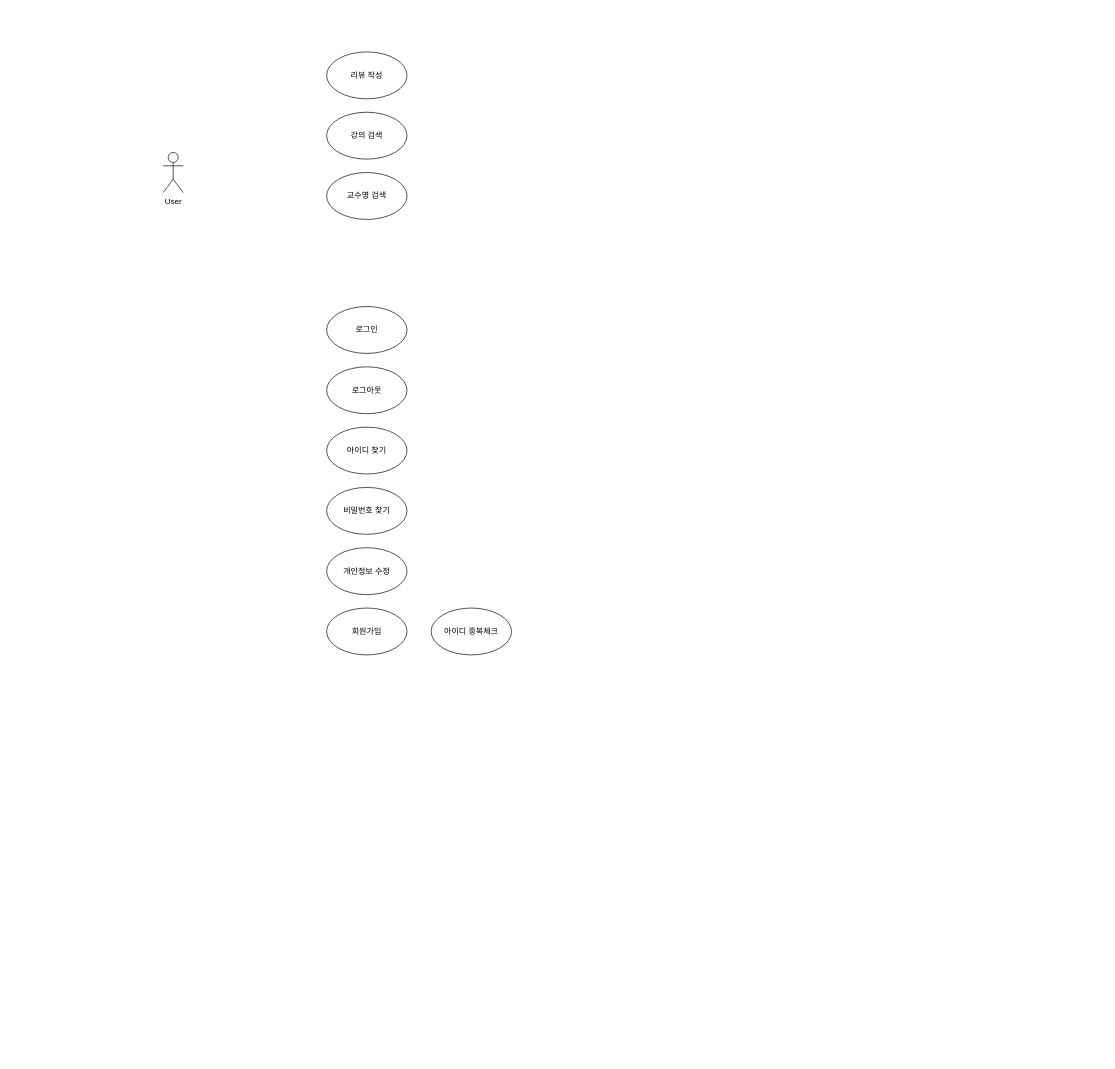
Before: Plan/Gasip_UI_Diagram.drawio in HyemIin/Gasip-Project, a draw.io diagram. Source tidied: cells renumbered, new cells numbered last; positions are measured from the earlier drawing's top-left corner, leaving out a move shared by most shapes. Both pictures are drawn from the tidied source at 67%, with x=0, y=0 at pixel (163, 52).
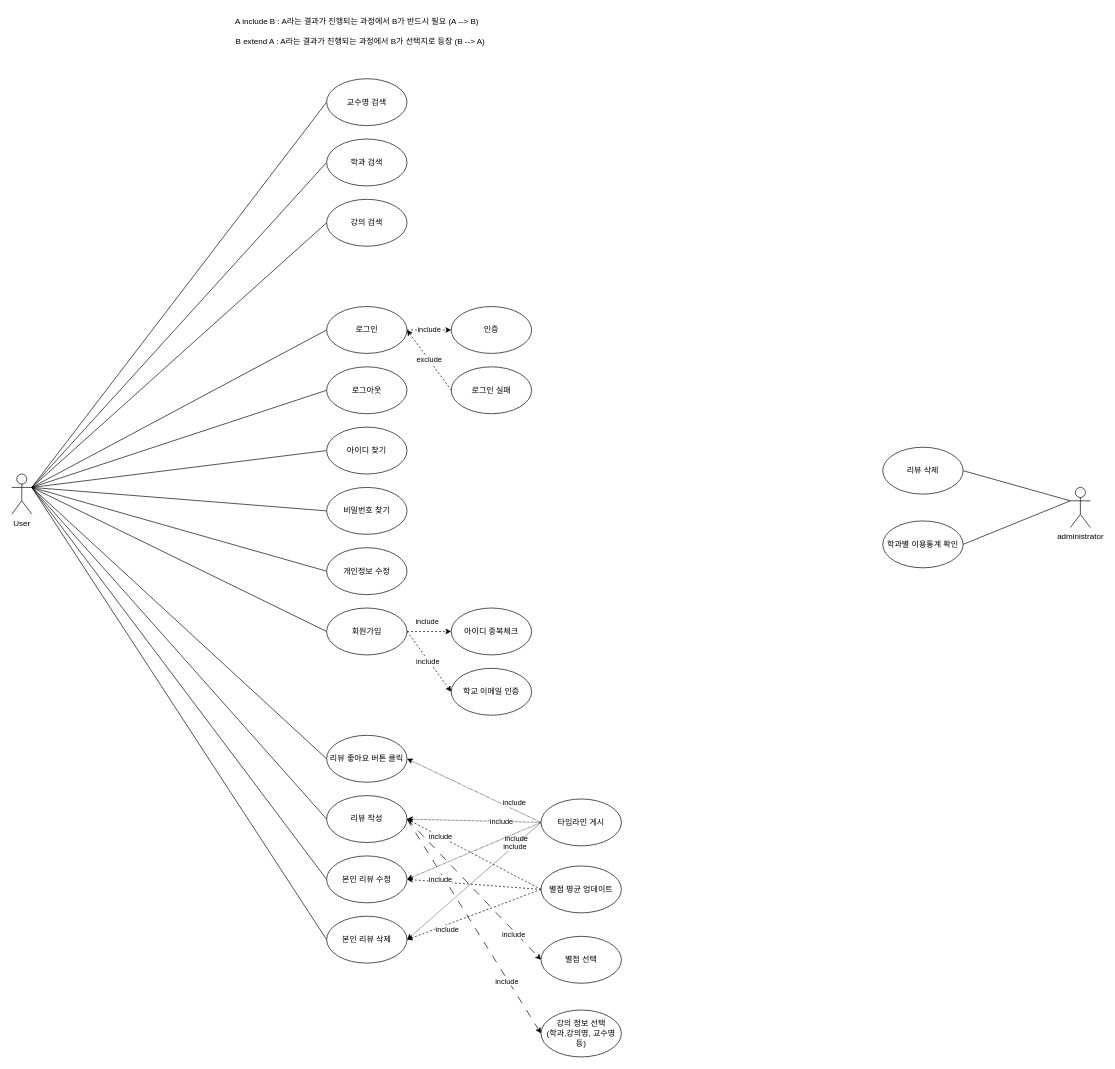
After the change.

The change refers to these unchanged cells:
```xml
<mxCell id="4" value="로그인" style="ellipse;whiteSpace=wrap;html=1;" parent="1" vertex="1">
  <mxGeometry x="244" y="380" width="120" height="70" as="geometry" />
</mxCell>
<mxCell id="5" value="로그아웃" style="ellipse;whiteSpace=wrap;html=1;" parent="1" vertex="1">
  <mxGeometry x="244" y="470" width="120" height="70" as="geometry" />
</mxCell>
<mxCell id="6" value="아이디 찾기" style="ellipse;whiteSpace=wrap;html=1;" parent="1" vertex="1">
  <mxGeometry x="244" y="560" width="120" height="70" as="geometry" />
</mxCell>
<mxCell id="7" value="비밀번호 찾기" style="ellipse;whiteSpace=wrap;html=1;" parent="1" vertex="1">
  <mxGeometry x="244" y="650" width="120" height="70" as="geometry" />
</mxCell>
<mxCell id="8" value="개인정보 수정" style="ellipse;whiteSpace=wrap;html=1;" parent="1" vertex="1">
  <mxGeometry x="244" y="740" width="120" height="70" as="geometry" />
</mxCell>
<mxCell id="9" value="회원가입" style="ellipse;whiteSpace=wrap;html=1;" parent="1" vertex="1">
  <mxGeometry x="244" y="830" width="120" height="70" as="geometry" />
</mxCell>
```

The edit, as a diff of the source:
```diff
@@
+    <mxCell id="13" style="rounded=0;jettySize=auto;html=1;exitX=1;exitY=0.3333333333333333;exitDx=0;exitDy=0;exitPerimeter=0;entryX=0;entryY=0.5;entryDx=0;entryDy=0;endArrow=none;endFill=0;" parent="1" edge="1" source="2" target="12">
+      <mxGeometry relative="1" as="geometry" />
+    </mxCell>
+    <mxCell id="14" style="rounded=0;jettySize=auto;html=1;exitX=1;exitY=0.3333333333333333;exitDx=0;exitDy=0;exitPerimeter=0;entryX=0;entryY=0.5;entryDx=0;entryDy=0;endArrow=none;endFill=0;" parent="1" edge="1" source="2" target="3">
+      <mxGeometry relative="1" as="geometry" />
+    </mxCell>
+    <mxCell id="15" style="rounded=0;jettySize=auto;html=1;exitX=1;exitY=0.3333333333333333;exitDx=0;exitDy=0;exitPerimeter=0;entryX=0;entryY=0.5;entryDx=0;entryDy=0;endArrow=none;endFill=0;" parent="1" edge="1" source="2" target="11">
+      <mxGeometry relative="1" as="geometry" />
+    </mxCell>
+    <mxCell id="16" style="rounded=0;jettySize=auto;html=1;exitX=1;exitY=0.3333333333333333;exitDx=0;exitDy=0;exitPerimeter=0;entryX=0;entryY=0.5;entryDx=0;entryDy=0;endArrow=none;endFill=0;" parent="1" edge="1" source="2" target="4">
+      <mxGeometry relative="1" as="geometry" />
+    </mxCell>
+    <mxCell id="17" style="rounded=0;jettySize=auto;html=1;exitX=1;exitY=0.3333333333333333;exitDx=0;exitDy=0;exitPerimeter=0;entryX=0;entryY=0.5;entryDx=0;entryDy=0;endArrow=none;endFill=0;" parent="1" edge="1" source="2" target="5">
+      <mxGeometry relative="1" as="geometry" />
+    </mxCell>
+    <mxCell id="18" style="rounded=0;jettySize=auto;html=1;exitX=1;exitY=0.3333333333333333;exitDx=0;exitDy=0;exitPerimeter=0;entryX=0;entryY=0.5;entryDx=0;entryDy=0;endArrow=none;endFill=0;" parent="1" edge="1" source="2" target="6">
+      <mxGeometry relative="1" as="geometry" />
+    </mxCell>
+    <mxCell id="19" style="rounded=0;jettySize=auto;html=1;exitX=1;exitY=0.3333333333333333;exitDx=0;exitDy=0;exitPerimeter=0;entryX=0;entryY=0.5;entryDx=0;entryDy=0;endArrow=none;endFill=0;" parent="1" edge="1" source="2" target="7">
+      <mxGeometry relative="1" as="geometry" />
+    </mxCell>
+    <mxCell id="20" style="rounded=0;jettySize=auto;html=1;exitX=1;exitY=0.3333333333333333;exitDx=0;exitDy=0;exitPerimeter=0;entryX=0;entryY=0.5;entryDx=0;entryDy=0;endArrow=none;endFill=0;" parent="1" edge="1" source="2" target="8">
+      <mxGeometry relative="1" as="geometry" />
+    </mxCell>
+    <mxCell id="21" style="rounded=0;jettySize=auto;html=1;exitX=1;exitY=0.3333333333333333;exitDx=0;exitDy=0;exitPerimeter=0;entryX=0;entryY=0.5;entryDx=0;entryDy=0;endArrow=none;endFill=0;" parent="1" edge="1" source="2" target="9">
+      <mxGeometry relative="1" as="geometry" />
+    </mxCell>
+    <mxCell id="22" style="rounded=0;jettySize=auto;html=1;exitX=1;exitY=0.3333333333333333;exitDx=0;exitDy=0;exitPerimeter=0;entryX=0;entryY=0.5;entryDx=0;entryDy=0;endArrow=none;endFill=0;" parent="1" edge="1" source="2" target="56">
+      <mxGeometry relative="1" as="geometry" />
+    </mxCell>
+    <mxCell id="23" style="rounded=0;jettySize=auto;html=1;exitX=1;exitY=0.3333333333333333;exitDx=0;exitDy=0;exitPerimeter=0;entryX=0;entryY=0.5;entryDx=0;entryDy=0;endArrow=none;endFill=0;" parent="1" edge="1" source="2" target="40">
+      <mxGeometry relative="1" as="geometry" />
+    </mxCell>
+    <mxCell id="24" style="rounded=0;jettySize=auto;html=1;exitX=1;exitY=0.3333333333333333;exitDx=0;exitDy=0;exitPerimeter=0;entryX=0;entryY=0.5;entryDx=0;entryDy=0;endArrow=none;endFill=0;" parent="1" edge="1" source="2" target="49">
+      <mxGeometry relative="1" as="geometry" />
+    </mxCell>
+    <mxCell id="25" style="rounded=0;jettySize=auto;html=1;exitX=1;exitY=0.3333333333333333;exitDx=0;exitDy=0;exitPerimeter=0;entryX=0;entryY=0.5;entryDx=0;entryDy=0;endArrow=none;endFill=0;" parent="1" edge="1" source="2" target="53">
+      <mxGeometry relative="1" as="geometry" />
+    </mxCell>
     <mxCell id="2" value="User" style="shape=umlActor;verticalLabelPosition=bottom;verticalAlign=top;html=1;outlineConnect=0;" parent="1" vertex="1">
-      <mxGeometry y="150" width="30" height="60" as="geometry" />
+      <mxGeometry x="-226" y="630" width="30" height="60" as="geometry" />
     </mxCell>
-    <mxCell id="3" value="리뷰 작성" style="ellipse;whiteSpace=wrap;html=1;" parent="1" vertex="1">
-      <mxGeometry x="244" width="120" height="70" as="geometry" />
+    <mxCell id="3" value="학과 검색" style="ellipse;whiteSpace=wrap;html=1;" parent="1" vertex="1">
+      <mxGeometry x="244" y="130" width="120" height="70" as="geometry" />
     </mxCell>
+    <mxCell id="26" value="include" style="edgeStyle=orthogonalEdgeStyle;rounded=0;jettySize=auto;html=1;exitX=1;exitY=0.5;exitDx=0;exitDy=0;entryX=0;entryY=0.5;entryDx=0;entryDy=0;dashed=1;" parent="1" edge="1" source="4" target="43">
+      <mxGeometry relative="1" as="geometry" />
+    </mxCell>
+    <mxCell id="27" value="exclude" style="rounded=0;jettySize=auto;html=1;entryX=1;entryY=0.5;entryDx=0;entryDy=0;dashed=1;exitX=0;exitY=0.5;exitDx=0;exitDy=0;" parent="1" edge="1" source="44" target="4">
+      <mxGeometry relative="1" as="geometry" />
+    </mxCell>
@@
+    <mxCell id="28" style="edgeStyle=orthogonalEdgeStyle;rounded=0;jettySize=auto;html=1;exitX=1;exitY=0.5;exitDx=0;exitDy=0;dashed=1;" parent="1" edge="1" source="9">
+      <mxGeometry relative="1" as="geometry">
+        <mxPoint x="430" y="865" as="targetPoint" />
+      </mxGeometry>
+    </mxCell>
+    <mxCell id="29" value="include" style="edgeLabel;html=1;align=center;verticalAlign=middle;" parent="28" vertex="1">
+      <mxGeometry x="0.11" y="-1" relative="1" as="geometry">
+        <mxPoint x="-7" y="-16" as="offset" />
+      </mxGeometry>
+    </mxCell>
+    <mxCell id="30" style="rounded=0;jettySize=auto;html=1;exitX=1;exitY=0.5;exitDx=0;exitDy=0;entryX=0;entryY=0.5;entryDx=0;entryDy=0;dashed=1;" parent="1" edge="1" source="9" target="61">
+      <mxGeometry relative="1" as="geometry" />
+    </mxCell>
+    <mxCell id="31" value="include" style="edgeLabel;html=1;align=center;verticalAlign=middle;" parent="30" vertex="1">
+      <mxGeometry x="-0.04" y="-2" relative="1" as="geometry" />
+    </mxCell>
@@
     <mxCell id="10" value="아이디 중복체크" style="ellipse;whiteSpace=wrap;html=1;" parent="1" vertex="1">
-      <mxGeometry x="400" y="830" width="120" height="70" as="geometry" />
+      <mxGeometry x="430" y="830" width="120" height="70" as="geometry" />
     </mxCell>
     <mxCell id="11" value="강의 검색" style="ellipse;whiteSpace=wrap;html=1;" parent="1" vertex="1">
-      <mxGeometry x="244" y="90" width="120" height="70" as="geometry" />
+      <mxGeometry x="244" y="220" width="120" height="70" as="geometry" />
     </mxCell>
     <mxCell id="12" value="교수명 검색" style="ellipse;whiteSpace=wrap;html=1;" parent="1" vertex="1">
-      <mxGeometry x="244" y="180" width="120" height="70" as="geometry" />
+      <mxGeometry x="244" y="40" width="120" height="70" as="geometry" />
     </mxCell>
+    <mxCell id="32" style="rounded=0;jettySize=auto;html=1;exitX=0;exitY=0.5;exitDx=0;exitDy=0;dashed=1;entryX=1;entryY=0.5;entryDx=0;entryDy=0;" parent="1" edge="1" source="42" target="40">
+      <mxGeometry relative="1" as="geometry" />
+    </mxCell>
+    <mxCell id="33" value="include" style="edgeLabel;html=1;align=center;verticalAlign=middle;" parent="32" vertex="1">
+      <mxGeometry x="0.59" relative="1" as="geometry">
+        <mxPoint x="9" y="4" as="offset" />
+      </mxGeometry>
+    </mxCell>
+    <mxCell id="34" style="rounded=0;jettySize=auto;html=1;dashed=1;dashPattern=1 1;entryX=1;entryY=0.5;entryDx=0;entryDy=0;exitX=0;exitY=0.5;exitDx=0;exitDy=0;" parent="1" edge="1" source="41" target="40">
+      <mxGeometry relative="1" as="geometry" />
+    </mxCell>
+    <mxCell id="35" value="include" style="edgeLabel;html=1;align=center;verticalAlign=middle;" parent="34" vertex="1">
+      <mxGeometry x="0.13" y="1" relative="1" as="geometry">
+        <mxPoint x="53" as="offset" />
+      </mxGeometry>
+    </mxCell>
+    <mxCell id="36" style="rounded=0;jettySize=auto;html=1;exitX=1;exitY=0.5;exitDx=0;exitDy=0;entryX=0;entryY=0.5;entryDx=0;entryDy=0;dashed=1;dashPattern=12 12;" parent="1" edge="1" source="40" target="59">
+      <mxGeometry relative="1" as="geometry" />
+    </mxCell>
+    <mxCell id="37" value="include" style="edgeLabel;html=1;align=center;verticalAlign=middle;" parent="36" vertex="1">
+      <mxGeometry x="0.61" y="-3" relative="1" as="geometry">
+        <mxPoint y="1" as="offset" />
+      </mxGeometry>
+    </mxCell>
+    <mxCell id="38" style="rounded=0;jettySize=auto;html=1;exitX=1;exitY=0.5;exitDx=0;exitDy=0;entryX=0;entryY=0.5;entryDx=0;entryDy=0;dashed=1;dashPattern=12 12;" parent="1" edge="1" source="40" target="60">
+      <mxGeometry relative="1" as="geometry" />
+    </mxCell>
+    <mxCell id="39" value="include" style="edgeLabel;html=1;align=center;verticalAlign=middle;" parent="38" vertex="1">
+      <mxGeometry x="0.5" y="-2" relative="1" as="geometry" />
+    </mxCell>
+    <mxCell id="40" value="리뷰 작성" style="ellipse;whiteSpace=wrap;html=1;" parent="1" vertex="1">
+      <mxGeometry x="244" y="1110" width="120" height="70" as="geometry" />
+    </mxCell>
+    <mxCell id="41" value="타임라인 게시" style="ellipse;whiteSpace=wrap;html=1;" parent="1" vertex="1">
+      <mxGeometry x="564" y="1115" width="120" height="70" as="geometry" />
+    </mxCell>
+    <mxCell id="42" value="별점 평균 업데이트" style="ellipse;whiteSpace=wrap;html=1;" parent="1" vertex="1">
+      <mxGeometry x="564" y="1215" width="120" height="70" as="geometry" />
+    </mxCell>
+    <mxCell id="43" value="인증" style="ellipse;whiteSpace=wrap;html=1;" parent="1" vertex="1">
+      <mxGeometry x="430" y="380" width="120" height="70" as="geometry" />
+    </mxCell>
+    <mxCell id="44" value="로그인 실패" style="ellipse;whiteSpace=wrap;html=1;" parent="1" vertex="1">
+      <mxGeometry x="430" y="470" width="120" height="70" as="geometry" />
+    </mxCell>
+    <mxCell id="45" style="rounded=0;jettySize=auto;html=1;dashed=1;entryX=1;entryY=0.5;entryDx=0;entryDy=0;exitX=0;exitY=0.5;exitDx=0;exitDy=0;" parent="1" edge="1" source="42" target="49">
+      <mxGeometry relative="1" as="geometry" />
+    </mxCell>
+    <mxCell id="46" value="include" style="edgeLabel;html=1;align=center;verticalAlign=middle;" parent="45" vertex="1">
+      <mxGeometry x="-0.11" y="1" relative="1" as="geometry">
+        <mxPoint x="51" y="-71" as="offset" />
+      </mxGeometry>
+    </mxCell>
+    <mxCell id="47" style="rounded=0;jettySize=auto;html=1;dashed=1;dashPattern=1 1;entryX=1;entryY=0.5;entryDx=0;entryDy=0;exitX=0;exitY=0.5;exitDx=0;exitDy=0;" parent="1" edge="1" source="41" target="49">
+      <mxGeometry relative="1" as="geometry" />
+    </mxCell>
+    <mxCell id="48" value="include" style="edgeLabel;html=1;align=center;verticalAlign=middle;" parent="47" vertex="1">
+      <mxGeometry x="0.52" y="-3" relative="1" as="geometry">
+        <mxPoint x="3" y="23" as="offset" />
+      </mxGeometry>
+    </mxCell>
+    <mxCell id="49" value="본인 리뷰 수정" style="ellipse;whiteSpace=wrap;html=1;" parent="1" vertex="1">
+      <mxGeometry x="244" y="1200" width="120" height="70" as="geometry" />
+    </mxCell>
+    <mxCell id="50" value="include" style="rounded=0;jettySize=auto;html=1;entryX=1;entryY=0.5;entryDx=0;entryDy=0;dashed=1;exitX=0;exitY=0.5;exitDx=0;exitDy=0;" parent="1" edge="1" source="42" target="53">
+      <mxGeometry x="0.42" y="7" relative="1" as="geometry" />
+    </mxCell>
+    <mxCell id="51" style="rounded=0;jettySize=auto;html=1;exitX=0;exitY=0.5;exitDx=0;exitDy=0;dashed=1;dashPattern=1 1;entryX=1;entryY=0.5;entryDx=0;entryDy=0;" parent="1" edge="1" source="41" target="53">
+      <mxGeometry relative="1" as="geometry" />
+    </mxCell>
+    <mxCell id="52" value="include" style="edgeLabel;html=1;align=center;verticalAlign=middle;" parent="51" vertex="1">
+      <mxGeometry x="0.6" y="-4" relative="1" as="geometry">
+        <mxPoint x="123" y="-102" as="offset" />
+      </mxGeometry>
+    </mxCell>
+    <mxCell id="53" value="본인 리뷰 삭제" style="ellipse;whiteSpace=wrap;html=1;" parent="1" vertex="1">
+      <mxGeometry x="244" y="1290" width="120" height="70" as="geometry" />
+    </mxCell>
+    <mxCell id="54" style="rounded=0;jettySize=auto;html=1;dashed=1;dashPattern=1 1;entryX=1;entryY=0.5;entryDx=0;entryDy=0;exitX=0;exitY=0.5;exitDx=0;exitDy=0;" parent="1" edge="1" source="41" target="56">
+      <mxGeometry relative="1" as="geometry" />
+    </mxCell>
+    <mxCell id="55" value="include" style="edgeLabel;html=1;align=center;verticalAlign=middle;" parent="54" vertex="1">
+      <mxGeometry x="0.21" y="2" relative="1" as="geometry">
+        <mxPoint x="81" y="26" as="offset" />
+      </mxGeometry>
+    </mxCell>
+    <mxCell id="56" value="리뷰 좋아요 버튼 클릭" style="ellipse;whiteSpace=wrap;html=1;" parent="1" vertex="1">
+      <mxGeometry x="244" y="1020" width="120" height="70" as="geometry" />
+    </mxCell>
+    <mxCell id="57" value="A include B : A라는 결과가 진행되는 과정에서 B가 반드시 필요 (A --&amp;gt; B)" style="text;html=1;align=center;verticalAlign=middle;strokeColor=none;fillColor=none;" parent="1" vertex="1">
+      <mxGeometry x="104" y="-60" width="370" height="30" as="geometry" />
+    </mxCell>
+    <mxCell id="58" value="B extend A : A라는 결과가 진행되는 과정에서 B가 선택지로 등장 (B --&amp;gt; A)" style="text;html=1;align=center;verticalAlign=middle;strokeColor=none;fillColor=none;" parent="1" vertex="1">
+      <mxGeometry x="104" y="-30" width="380" height="30" as="geometry" />
+    </mxCell>
+    <mxCell id="59" value="별점 선택" style="ellipse;whiteSpace=wrap;html=1;" parent="1" vertex="1">
+      <mxGeometry x="564" y="1320" width="120" height="70" as="geometry" />
+    </mxCell>
+    <mxCell id="60" value="강의 정보 선택&lt;br&gt;(학과,강의명, 교수명 등)" style="ellipse;whiteSpace=wrap;html=1;" parent="1" vertex="1">
+      <mxGeometry x="564" y="1430" width="120" height="70" as="geometry" />
+    </mxCell>
+    <mxCell id="61" value="학교 이메일 인증" style="ellipse;whiteSpace=wrap;html=1;" parent="1" vertex="1">
+      <mxGeometry x="430" y="920" width="120" height="70" as="geometry" />
+    </mxCell>
+    <mxCell id="62" style="rounded=0;jettySize=auto;html=1;exitX=0;exitY=0.3333333333333333;exitDx=0;exitDy=0;exitPerimeter=0;entryX=1;entryY=0.5;entryDx=0;entryDy=0;endArrow=none;endFill=0;" parent="1" edge="1" source="64" target="65">
+      <mxGeometry relative="1" as="geometry" />
+    </mxCell>
+    <mxCell id="63" style="rounded=0;jettySize=auto;html=1;exitX=0;exitY=0.3333333333333333;exitDx=0;exitDy=0;exitPerimeter=0;entryX=1;entryY=0.5;entryDx=0;entryDy=0;endArrow=none;endFill=0;" parent="1" edge="1" source="64" target="66">
+      <mxGeometry relative="1" as="geometry" />
+    </mxCell>
+    <mxCell id="64" value="administrator" style="shape=umlActor;verticalLabelPosition=bottom;verticalAlign=top;html=1;outlineConnect=0;" parent="1" vertex="1">
+      <mxGeometry x="1354" y="650" width="30" height="60" as="geometry" />
+    </mxCell>
+    <mxCell id="65" value="리뷰 삭제" style="ellipse;whiteSpace=wrap;html=1;" parent="1" vertex="1">
+      <mxGeometry x="1074" y="590" width="120" height="70" as="geometry" />
+    </mxCell>
+    <mxCell id="66" value="학과별 이용통계 확인" style="ellipse;whiteSpace=wrap;html=1;" parent="1" vertex="1">
+      <mxGeometry x="1074" y="700" width="120" height="70" as="geometry" />
+    </mxCell>
```
